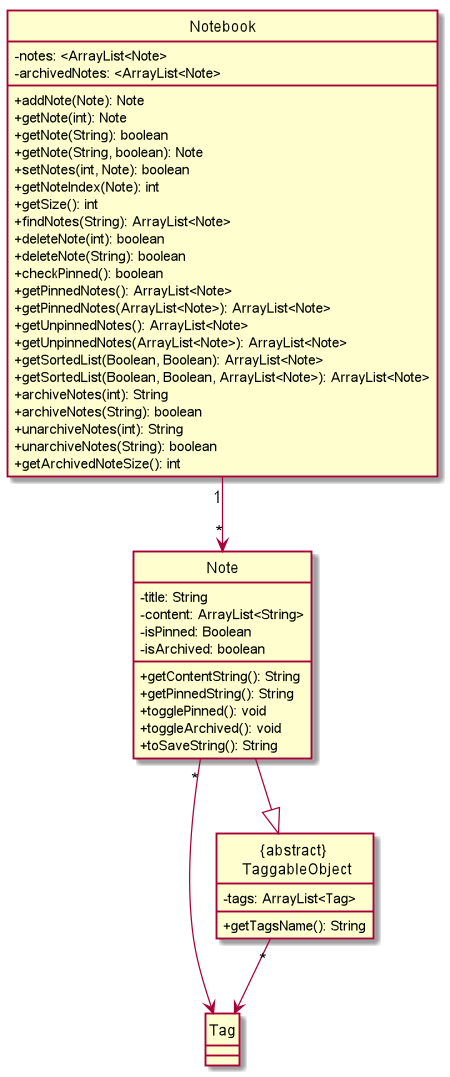
Above: docs/diagrams/out/NotebookObject.png in nus-cs2113-AY2021S1/tp (PlantUML), before the change.
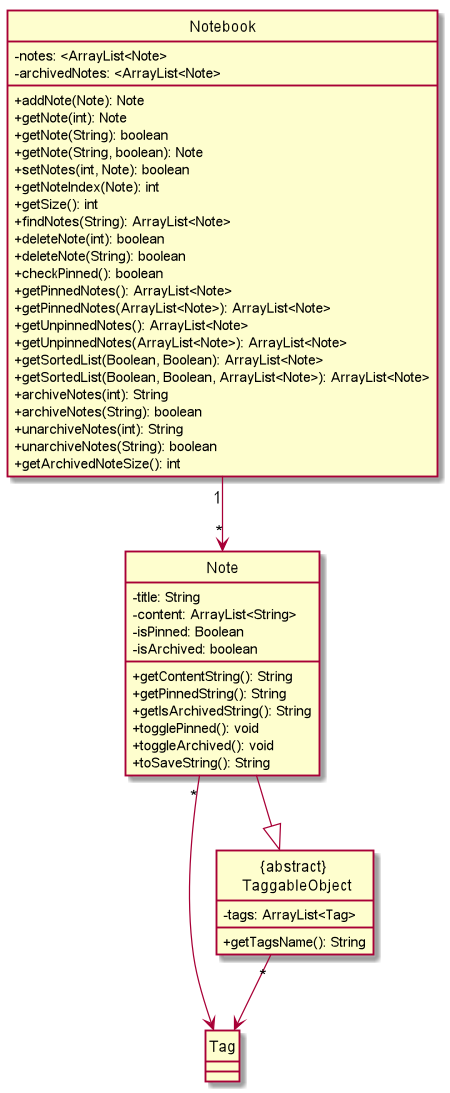
After the commit.

Commit message:
Update *suggestion by JX *updated required diagrams changes

What changed in the source:
```diff
@@ -42,6 +42,7 @@
 -isArchived: boolean
 +getContentString(): String
 +getPinnedString(): String
++getIsArchivedString(): String
 +togglePinned(): void
 +toggleArchived(): void
 +toSaveString(): String
```
